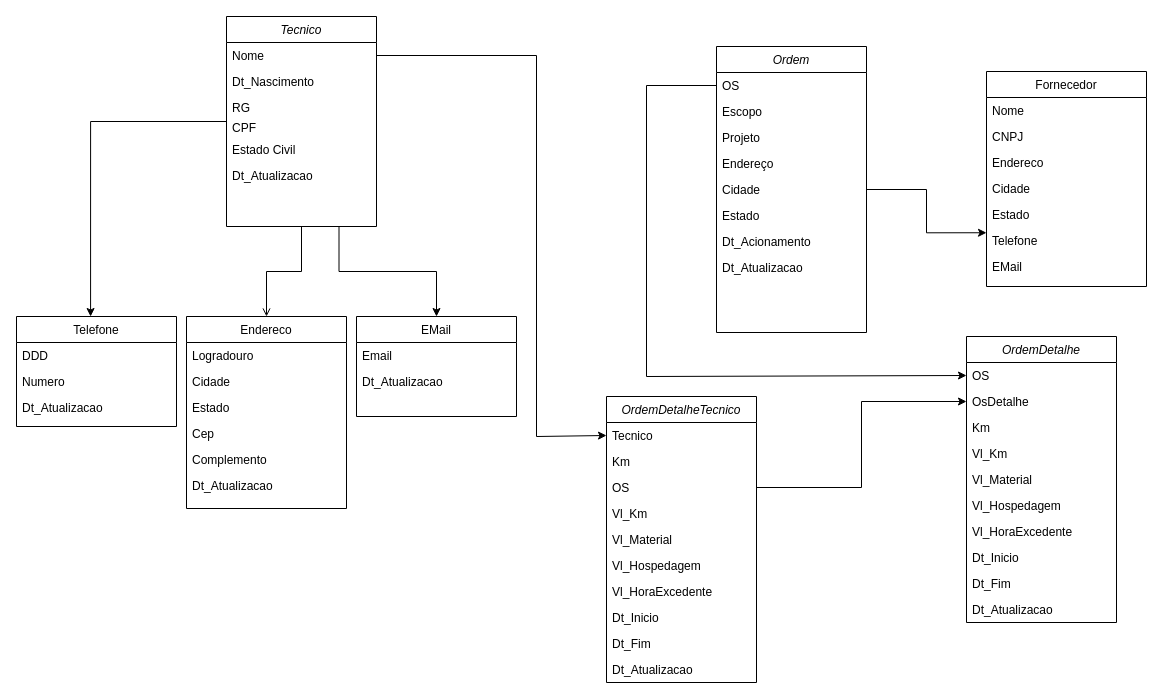
Above: docs/Diagramas.drawio in ESolucoesTecnologia/FieldTech (draw.io), before the change. Source tidied: cells renumbered, new cells numbered last; positions are measured from the earlier drawing's top-left corner, leaving out a move shared by most shapes. Both pictures are drawn from the tidied source at 100%, with x=0, y=0 at pixel (16, 16).
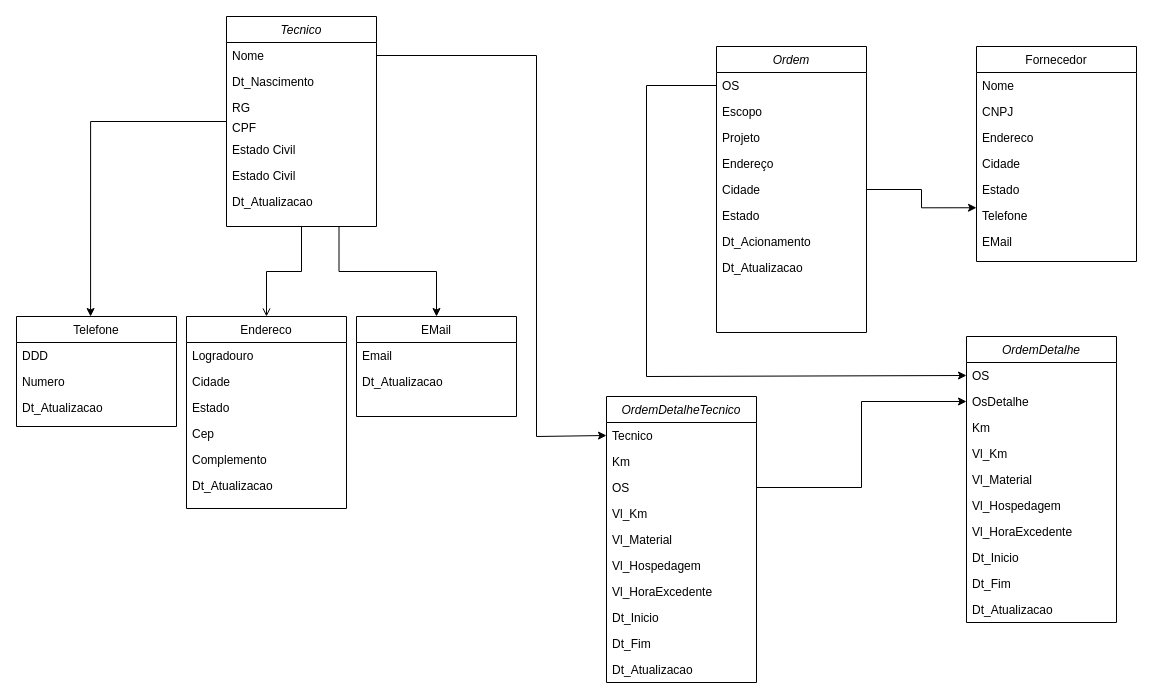
After the change.

The change refers to these unchanged cells:
```xml
<mxCell id="4" value="Tecnico" style="swimlane;fontStyle=2;align=center;verticalAlign=top;horizontal=1;startSize=26;rounded=0;shadow=0;strokeWidth=1;" parent="1" vertex="1">
  <mxGeometry x="210" width="150" height="210" as="geometry" />
</mxCell>
```

The edit, as a diff of the source:
```diff
@@
+    <mxCell id="69" value="Estado Civil" style="text;align=left;verticalAlign=top;spacingLeft=4;spacingRight=4;overflow=hidden;rounded=0;shadow=0;html=0;" parent="4" vertex="1">
+      <mxGeometry y="146" width="150" height="26" as="geometry" />
+    </mxCell>
     <mxCell id="10" value="Dt_Atualizacao" style="text;align=left;verticalAlign=top;spacingLeft=4;spacingRight=4;overflow=hidden;rounded=0;shadow=0;html=0;" parent="4" vertex="1">
-      <mxGeometry y="146" width="150" height="26" as="geometry" />
+      <mxGeometry y="172" width="150" height="26" as="geometry" />
     </mxCell>
@@
     <mxCell id="36" value="Fornecedor" style="swimlane;fontStyle=0;align=center;verticalAlign=top;horizontal=1;startSize=26;rounded=0;shadow=0;strokeWidth=1;" parent="1" vertex="1">
-      <mxGeometry x="970" y="55" width="160" height="215" as="geometry" />
+      <mxGeometry x="960" y="30" width="160" height="215" as="geometry" />
     </mxCell>
```
